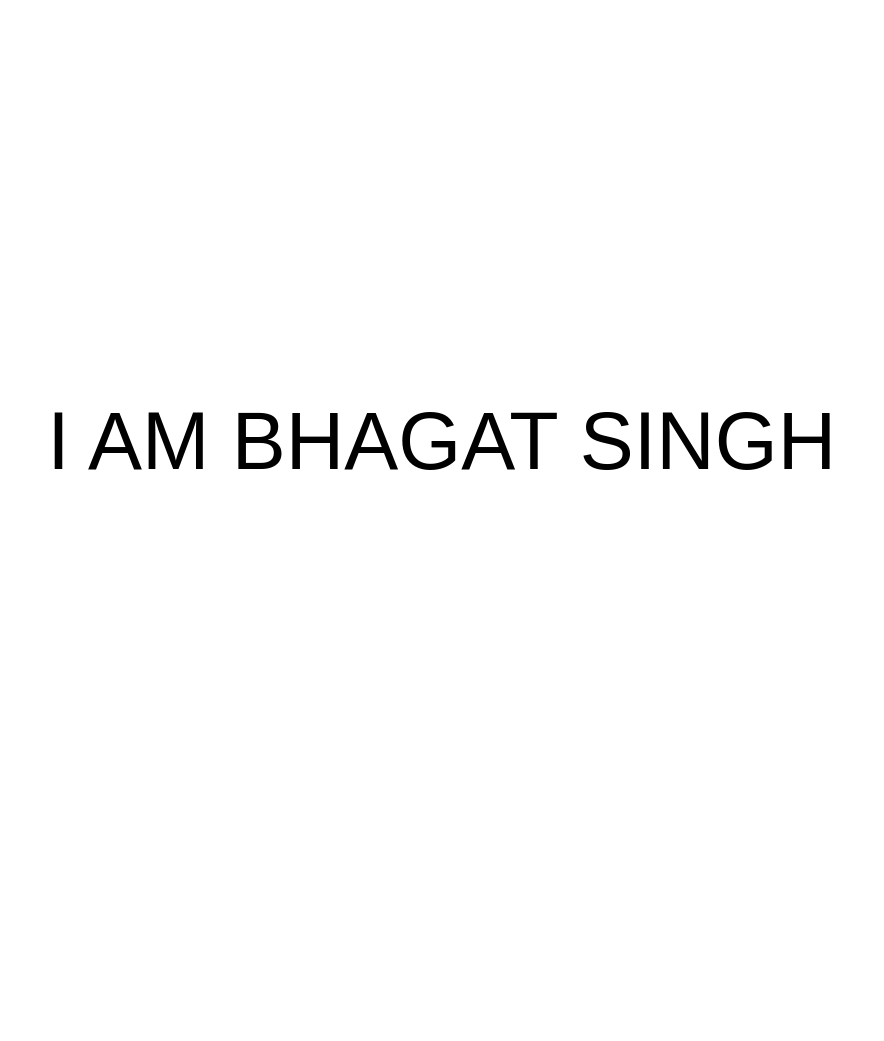
Above: NavanshDressingDiagram.drawio in rishant/draw.io (draw.io), before the change. Source tidied: cells renumbered, new cells numbered last; positions are measured from the earlier drawing's top-left corner, leaving out a move shared by most shapes. Both pictures are drawn from the tidied source at 88%, with x=0, y=0 at pixel (15, 344).
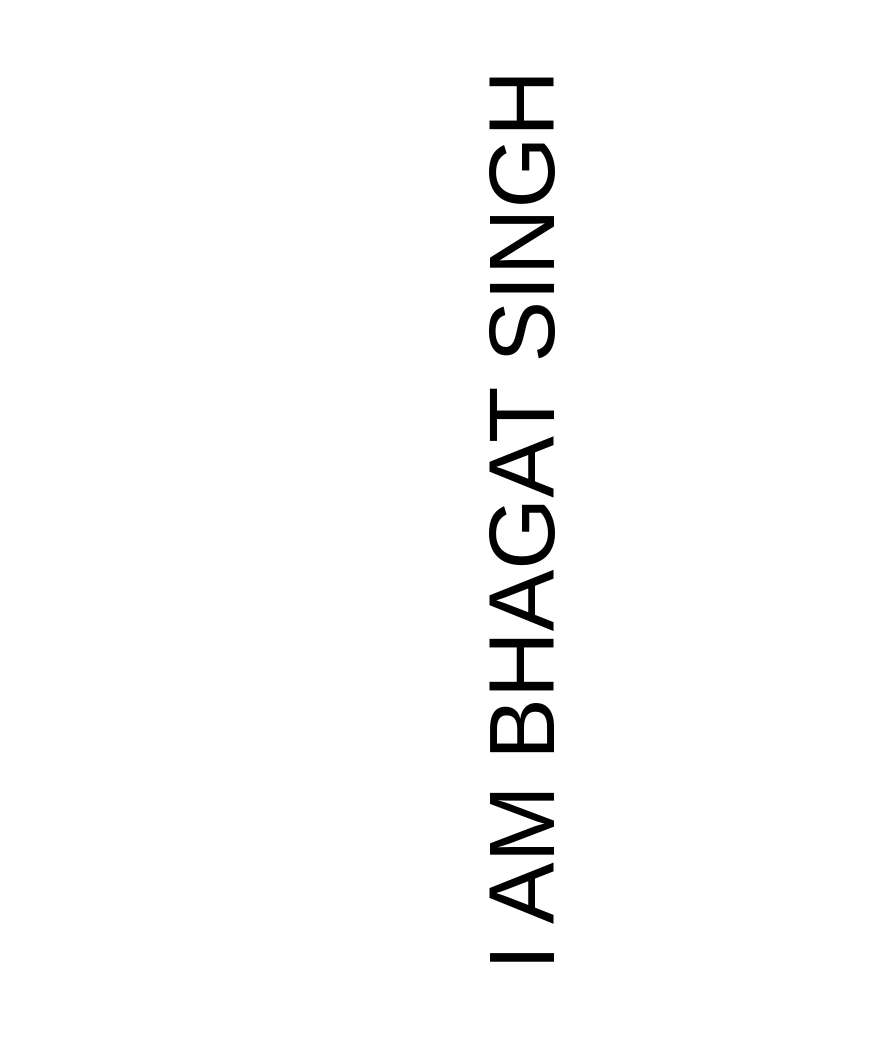
The same diagram, later.

What changed in the source:
```diff
@@
 <mxGraphModel>
   <root>
     <mxCell id="0" />
     <mxCell id="1" parent="0" />
-    <mxCell id="2" value="I AM BHAGAT SINGH" style="text;html=1;align=center;verticalAlign=middle;whiteSpace=wrap;rounded=0;fontSize=92;" parent="1" vertex="1">
-      <mxGeometry width="970" height="220" as="geometry" />
+    <mxCell id="2" value="I AM BHAGAT SINGH" style="text;html=1;align=center;verticalAlign=middle;whiteSpace=wrap;rounded=0;fontSize=105;rotation=-90;" parent="1" vertex="1">
+      <mxGeometry width="1150" height="400" as="geometry" />
     </mxCell>
   </root>
 </mxGraphModel>
```
